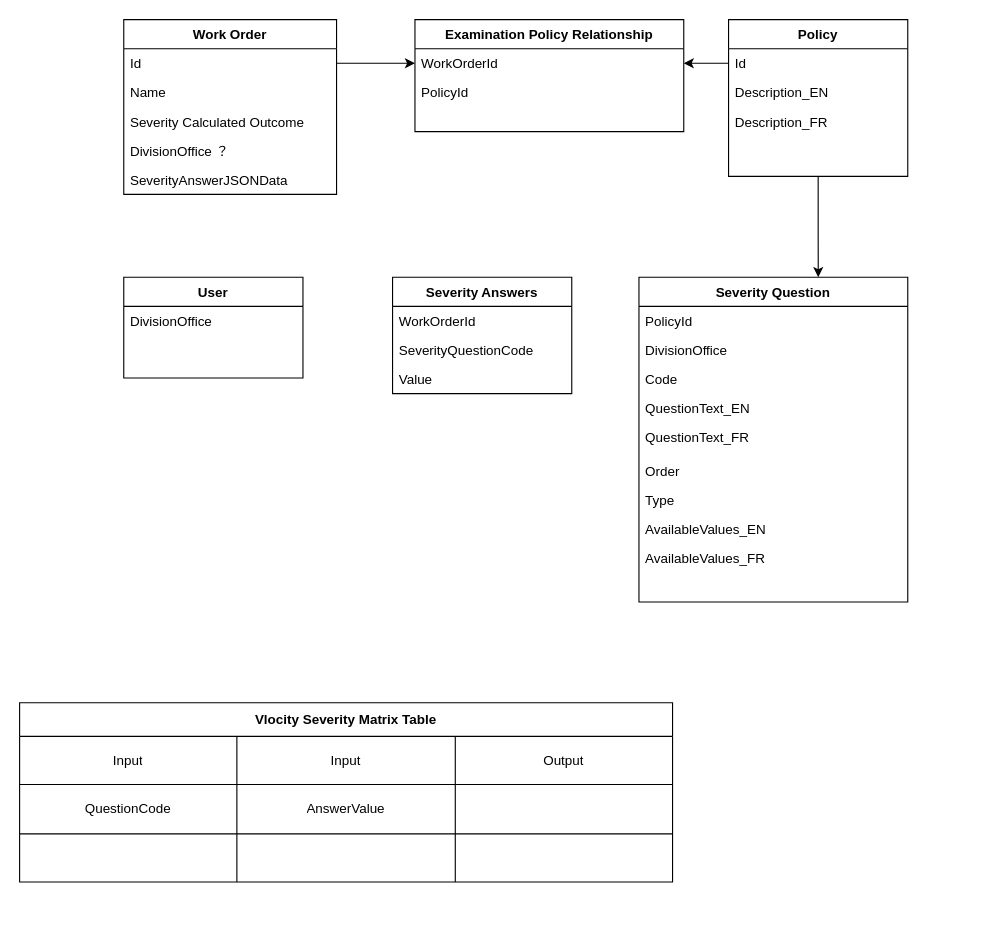
The draw.io diagram page "DataModal" (1 of 2) of _draft/severityMatrix.drawio in z2/z2.github.io, before the edit. Source tidied: cells renumbered, new cells numbered last; positions are measured from the earlier drawing's top-left corner, leaving out a move shared by most shapes. Both pictures are drawn from the tidied source at 112%, with x=0, y=0 at pixel (19, 19).
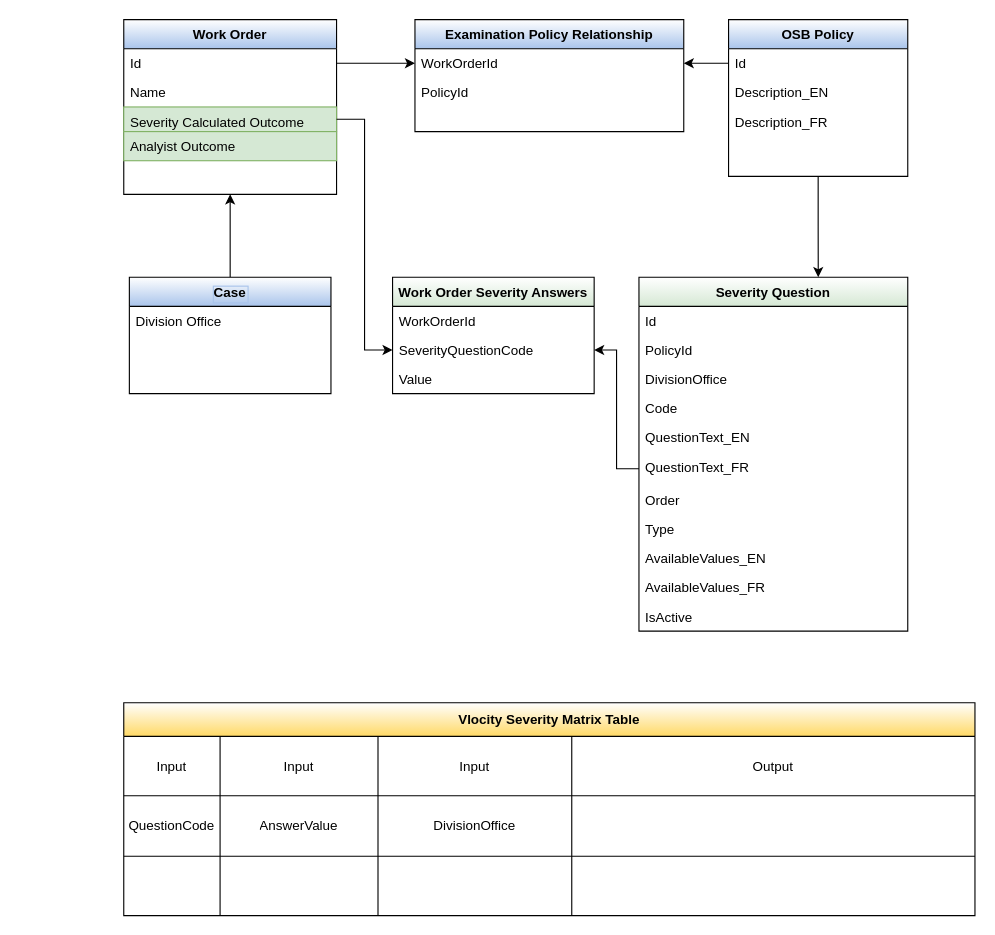
After the change.

Diff of the diagram source:
```diff
@@
-    <mxCell id="3" value="Policy" style="swimlane;fontStyle=1;align=center;verticalAlign=top;horizontal=1;startSize=26;rounded=0;shadow=0;strokeWidth=1;" parent="1" vertex="1">
+    <mxCell id="3" value="OSB Policy" style="swimlane;fontStyle=1;align=center;verticalAlign=top;horizontal=1;startSize=26;rounded=0;shadow=0;strokeWidth=1;gradientColor=#A9C4EB;" parent="1" vertex="1">
       <mxGeometry x="633" width="160" height="140" as="geometry" />
     </mxCell>
@@
-    <mxCell id="7" value="User&#10;" style="swimlane;fontStyle=1;align=center;verticalAlign=top;horizontal=1;startSize=26;rounded=0;shadow=0;strokeWidth=1;" parent="1" vertex="1">
-      <mxGeometry x="93" y="230" width="160" height="90" as="geometry" />
-    </mxCell>
-    <mxCell id="8" value="DivisionOffice" style="text;align=left;verticalAlign=top;spacingLeft=4;spacingRight=4;overflow=hidden;rounded=0;shadow=0;html=0;" parent="7" vertex="1">
-      <mxGeometry y="26" width="160" height="26" as="geometry" />
-    </mxCell>
-    <mxCell id="9" value="Severity Question" style="swimlane;fontStyle=1;align=center;verticalAlign=top;horizontal=1;startSize=26;rounded=0;shadow=0;strokeWidth=1;" parent="1" vertex="1">
-      <mxGeometry x="553" y="230" width="240" height="290" as="geometry" />
+    <mxCell id="9" value="Severity Question" style="swimlane;fontStyle=1;align=center;verticalAlign=top;horizontal=1;startSize=26;rounded=0;shadow=0;strokeWidth=1;gradientColor=#D5E8D4;" parent="1" vertex="1">
+      <mxGeometry x="553" y="230" width="240" height="316" as="geometry" />
     </mxCell>
+    <mxCell id="47" value="Id" style="text;align=left;verticalAlign=top;spacingLeft=4;spacingRight=4;overflow=hidden;" parent="9" vertex="1">
+      <mxGeometry y="26" width="240" height="26" as="geometry" />
+    </mxCell>
     <mxCell id="10" value="PolicyId" style="text;align=left;verticalAlign=top;spacingLeft=4;spacingRight=4;overflow=hidden;" parent="9" vertex="1">
-      <mxGeometry y="26" width="240" height="26" as="geometry" />
+      <mxGeometry y="52" width="240" height="26" as="geometry" />
     </mxCell>
     <mxCell id="11" value="DivisionOffice" style="text;align=left;verticalAlign=top;spacingLeft=4;spacingRight=4;overflow=hidden;" parent="9" vertex="1">
-      <mxGeometry y="52" width="240" height="26" as="geometry" />
+      <mxGeometry y="78" width="240" height="26" as="geometry" />
     </mxCell>
     <mxCell id="12" value="Code" style="text;align=left;verticalAlign=top;spacingLeft=4;spacingRight=4;overflow=hidden;" parent="9" vertex="1">
-      <mxGeometry y="78" width="240" height="26" as="geometry" />
+      <mxGeometry y="104" width="240" height="26" as="geometry" />
     </mxCell>
     <mxCell id="13" value="QuestionText_EN" style="text;align=left;verticalAlign=top;spacingLeft=4;spacingRight=4;overflow=hidden;" parent="9" vertex="1">
-      <mxGeometry y="104" width="240" height="26" as="geometry" />
+      <mxGeometry y="130" width="240" height="26" as="geometry" />
     </mxCell>
     <mxCell id="14" value="QuestionText_FR" style="text;align=left;verticalAlign=top;spacingLeft=4;spacingRight=4;overflow=hidden;points=[[0,0.5],[1,0.5]];portConstraint=eastwest;" parent="9" vertex="1">
-      <mxGeometry y="130" width="240" height="30" as="geometry" />
+      <mxGeometry y="156" width="240" height="30" as="geometry" />
     </mxCell>
     <mxCell id="15" value="Order" style="text;align=left;verticalAlign=top;spacingLeft=4;spacingRight=4;overflow=hidden;" parent="9" vertex="1">
-      <mxGeometry y="160" width="240" height="26" as="geometry" />
+      <mxGeometry y="186" width="240" height="26" as="geometry" />
     </mxCell>
     <mxCell id="16" value="Type" style="text;align=left;verticalAlign=top;spacingLeft=4;spacingRight=4;overflow=hidden;" parent="9" vertex="1">
-      <mxGeometry y="186" width="240" height="26" as="geometry" />
+      <mxGeometry y="212" width="240" height="26" as="geometry" />
     </mxCell>
     <mxCell id="17" value="AvailableValues_EN" style="text;align=left;verticalAlign=top;spacingLeft=4;spacingRight=4;overflow=hidden;" parent="9" vertex="1">
-      <mxGeometry y="212" width="240" height="26" as="geometry" />
+      <mxGeometry y="238" width="240" height="26" as="geometry" />
     </mxCell>
     <mxCell id="18" value="AvailableValues_FR" style="text;align=left;verticalAlign=top;spacingLeft=4;spacingRight=4;overflow=hidden;" parent="9" vertex="1">
-      <mxGeometry y="238" width="240" height="26" as="geometry" />
+      <mxGeometry y="264" width="240" height="26" as="geometry" />
     </mxCell>
+    <mxCell id="48" value="IsActive" style="text;align=left;verticalAlign=top;spacingLeft=4;spacingRight=4;overflow=hidden;" parent="9" vertex="1">
+      <mxGeometry y="290" width="240" height="26" as="geometry" />
+    </mxCell>
-    <mxCell id="19" value="Work Order" style="swimlane;fontStyle=1;align=center;verticalAlign=top;horizontal=1;startSize=26;rounded=0;shadow=0;strokeWidth=1;labelBackgroundColor=none;" parent="1" vertex="1">
+    <mxCell id="19" value="Work Order" style="swimlane;fontStyle=1;align=center;verticalAlign=top;horizontal=1;startSize=26;rounded=0;shadow=0;strokeWidth=1;gradientColor=#A9C4EB;" parent="1" vertex="1">
       <mxGeometry x="93" width="190" height="156" as="geometry" />
     </mxCell>
@@
-    <mxCell id="22" value="Severity Calculated Outcome" style="text;align=left;verticalAlign=top;spacingLeft=4;spacingRight=4;overflow=hidden;points=[[0,0.5],[1,0.5]];portConstraint=eastwest;rounded=0;shadow=0;html=0;" parent="19" vertex="1">
-      <mxGeometry y="78" width="190" height="26" as="geometry" />
+    <mxCell id="22" value="Severity Calculated Outcome" style="text;align=left;verticalAlign=top;spacingLeft=4;spacingRight=4;overflow=hidden;points=[[0,0.5],[1,0.5]];portConstraint=eastwest;rounded=0;shadow=0;html=0;fillColor=#d5e8d4;strokeColor=#82b366;" parent="19" vertex="1">
+      <mxGeometry y="78" width="190" height="22" as="geometry" />
     </mxCell>
-    <mxCell id="23" value="DivisionOffice ？" style="text;align=left;verticalAlign=top;spacingLeft=4;spacingRight=4;overflow=hidden;rounded=0;shadow=0;html=0;" parent="19" vertex="1">
-      <mxGeometry y="104" width="190" height="26" as="geometry" />
-    </mxCell>
-    <mxCell id="24" value="SeverityAnswerJSONData" style="text;align=left;verticalAlign=top;spacingLeft=4;spacingRight=4;overflow=hidden;rounded=0;shadow=0;html=0;" parent="19" vertex="1">
-      <mxGeometry y="130" width="190" height="26" as="geometry" />
-    </mxCell>
+    <mxCell id="49" value="Analyist Outcome" style="text;align=left;verticalAlign=top;spacingLeft=4;spacingRight=4;overflow=hidden;rounded=0;shadow=0;html=0;fillColor=#d5e8d4;strokeColor=#82b366;" parent="19" vertex="1">
+      <mxGeometry y="100" width="190" height="26" as="geometry" />
+    </mxCell>
-    <mxCell id="25" value="Examination Policy Relationship" style="swimlane;fontStyle=1;align=center;verticalAlign=top;horizontal=1;startSize=26;rounded=0;shadow=0;strokeWidth=1;" parent="1" vertex="1">
+    <mxCell id="25" value="Examination Policy Relationship" style="swimlane;fontStyle=1;align=center;verticalAlign=top;horizontal=1;startSize=26;rounded=0;shadow=0;strokeWidth=1;swimlaneFillColor=none;gradientColor=#A9C4EB;" parent="1" vertex="1">
       <mxGeometry x="353" width="240" height="100" as="geometry" />
     </mxCell>
@@
-    <mxCell id="30" value="Severity Answers" style="swimlane;fontStyle=1;align=center;verticalAlign=top;horizontal=1;startSize=26;rounded=0;shadow=0;strokeWidth=1;" parent="1" vertex="1">
-      <mxGeometry x="333" y="230" width="160" height="104" as="geometry" />
-    </mxCell>
-    <mxCell id="31" value="WorkOrderId" style="text;align=left;verticalAlign=top;spacingLeft=4;spacingRight=4;overflow=hidden;rounded=0;shadow=0;html=0;" parent="30" vertex="1">
-      <mxGeometry y="26" width="160" height="26" as="geometry" />
-    </mxCell>
-    <mxCell id="32" value="SeverityQuestionCode" style="text;align=left;verticalAlign=top;spacingLeft=4;spacingRight=4;overflow=hidden;points=[[0,0.5],[1,0.5]];portConstraint=eastwest;rounded=0;shadow=0;html=0;" parent="30" vertex="1">
-      <mxGeometry y="52" width="160" height="26" as="geometry" />
-    </mxCell>
-    <mxCell id="33" value="Value" style="text;align=left;verticalAlign=top;spacingLeft=4;spacingRight=4;overflow=hidden;rounded=0;shadow=0;html=0;" parent="30" vertex="1">
-      <mxGeometry y="78" width="160" height="26" as="geometry" />
-    </mxCell>
-    <mxCell id="34" value="Vlocity Severity Matrix Table" style="shape=table;html=1;whiteSpace=wrap;startSize=30;childLayout=tableLayout;fontStyle=1;align=center;labelBackgroundColor=none;labelBorderColor=none;" parent="1" vertex="1">
-      <mxGeometry y="610" width="583" height="160" as="geometry" />
+    <mxCell id="34" value="Vlocity Severity Matrix Table" style="shape=table;html=1;whiteSpace=wrap;startSize=30;childLayout=tableLayout;fontStyle=1;align=center;labelBackgroundColor=none;labelBorderColor=none;gradientColor=#FFD966;" parent="1" vertex="1">
+      <mxGeometry x="93" y="610" width="760" height="190" as="geometry" />
     </mxCell>
     <mxCell id="35" style="shape=partialRectangle;html=1;whiteSpace=wrap;fillColor=none;top=0;left=0;bottom=0;right=0;" parent="34" vertex="1">
-      <mxGeometry y="30" width="583" height="43" as="geometry" />
+      <mxGeometry y="30" width="760" height="53" as="geometry" />
     </mxCell>
     <mxCell id="36" value="Input" style="shape=partialRectangle;html=1;whiteSpace=wrap;fillColor=none;top=0;left=0;bottom=0;right=0;overflow=hidden;" parent="35" vertex="1">
-      <mxGeometry width="194" height="43" as="geometry" />
+      <mxGeometry width="86" height="53" as="geometry" />
     </mxCell>
     <mxCell id="37" value="Input" style="shape=partialRectangle;html=1;whiteSpace=wrap;fillColor=none;top=0;left=0;bottom=0;right=0;overflow=hidden;" parent="35" vertex="1">
-      <mxGeometry x="194" width="195" height="43" as="geometry" />
+      <mxGeometry x="86" width="141" height="53" as="geometry" />
     </mxCell>
-    <mxCell id="38" value="Output" style="shape=partialRectangle;html=1;whiteSpace=wrap;fillColor=none;top=0;left=0;bottom=0;right=0;overflow=hidden;" parent="35" vertex="1">
-      <mxGeometry x="389" width="194" height="43" as="geometry" />
+    <mxCell id="38" value="Input" style="shape=partialRectangle;html=1;whiteSpace=wrap;fillColor=none;top=0;left=0;bottom=0;right=0;overflow=hidden;" parent="35" vertex="1">
+      <mxGeometry x="227" width="173" height="53" as="geometry" />
     </mxCell>
+    <mxCell id="50" value="&lt;span&gt;Output&lt;/span&gt;" style="shape=partialRectangle;html=1;whiteSpace=wrap;fillColor=none;top=0;left=0;bottom=0;right=0;overflow=hidden;" parent="35" vertex="1">
+      <mxGeometry x="400" width="360" height="53" as="geometry" />
+    </mxCell>
     <mxCell id="39" style="shape=partialRectangle;html=1;whiteSpace=wrap;fillColor=none;top=0;left=0;bottom=0;right=0;" parent="34" vertex="1">
-      <mxGeometry y="73" width="583" height="44" as="geometry" />
+      <mxGeometry y="83" width="760" height="54" as="geometry" />
     </mxCell>
     <mxCell id="40" value="QuestionCode" style="shape=partialRectangle;html=1;whiteSpace=wrap;fillColor=none;top=0;left=0;bottom=0;right=0;overflow=hidden;" parent="39" vertex="1">
-      <mxGeometry width="194" height="44" as="geometry" />
+      <mxGeometry width="86" height="54" as="geometry" />
     </mxCell>
     <mxCell id="41" value="AnswerValue" style="shape=partialRectangle;html=1;whiteSpace=wrap;fillColor=none;top=0;left=0;bottom=0;right=0;overflow=hidden;" parent="39" vertex="1">
-      <mxGeometry x="194" width="195" height="44" as="geometry" />
+      <mxGeometry x="86" width="141" height="54" as="geometry" />
     </mxCell>
-    <mxCell id="42" value="&lt;table&gt;&lt;tbody&gt;&lt;tr&gt;&lt;td&gt;&lt;br&gt;&lt;/td&gt;&lt;td&gt;&lt;br&gt;&lt;/td&gt;&lt;td&gt;&lt;br&gt;&lt;/td&gt;&lt;td&gt;&lt;br&gt;&lt;/td&gt;&lt;td&gt;&lt;br&gt;&lt;/td&gt;&lt;/tr&gt;&lt;tr&gt;&lt;td&gt;&lt;br&gt;&lt;/td&gt;&lt;td&gt;&lt;br&gt;&lt;/td&gt;&lt;td&gt;&lt;br&gt;&lt;/td&gt;&lt;td&gt;&lt;br&gt;&lt;/td&gt;&lt;td&gt;&lt;br&gt;&lt;/td&gt;&lt;/tr&gt;&lt;tr&gt;&lt;td&gt;&lt;br&gt;&lt;/td&gt;&lt;td&gt;&lt;br&gt;&lt;/td&gt;&lt;td&gt;&lt;br&gt;&lt;/td&gt;&lt;td&gt;&lt;br&gt;&lt;/td&gt;&lt;td&gt;&lt;br&gt;&lt;/td&gt;&lt;/tr&gt;&lt;/tbody&gt;&lt;/table&gt;" style="shape=partialRectangle;html=1;whiteSpace=wrap;fillColor=none;top=0;left=0;bottom=0;right=0;overflow=hidden;" parent="39" vertex="1">
-      <mxGeometry x="389" width="194" height="44" as="geometry" />
+    <mxCell id="42" value="DivisionOffice" style="shape=partialRectangle;html=1;whiteSpace=wrap;fillColor=none;top=0;left=0;bottom=0;right=0;overflow=hidden;" parent="39" vertex="1">
+      <mxGeometry x="227" width="173" height="54" as="geometry" />
     </mxCell>
+    <mxCell id="51" style="shape=partialRectangle;html=1;whiteSpace=wrap;fillColor=none;top=0;left=0;bottom=0;right=0;overflow=hidden;" parent="39" vertex="1">
+      <mxGeometry x="400" width="360" height="54" as="geometry" />
+    </mxCell>
     <mxCell id="43" style="shape=partialRectangle;html=1;whiteSpace=wrap;fillColor=none;top=0;left=0;bottom=0;right=0;" parent="34" vertex="1">
-      <mxGeometry y="117" width="583" height="43" as="geometry" />
+      <mxGeometry y="137" width="760" height="53" as="geometry" />
     </mxCell>
     <mxCell id="44" style="shape=partialRectangle;html=1;whiteSpace=wrap;fillColor=none;top=0;left=0;bottom=0;right=0;overflow=hidden;" parent="43" vertex="1">
-      <mxGeometry width="194" height="43" as="geometry" />
+      <mxGeometry width="86" height="53" as="geometry" />
     </mxCell>
     <mxCell id="45" style="shape=partialRectangle;html=1;whiteSpace=wrap;fillColor=none;top=0;left=0;bottom=0;right=0;overflow=hidden;" parent="43" vertex="1">
-      <mxGeometry x="194" width="195" height="43" as="geometry" />
+      <mxGeometry x="86" width="141" height="53" as="geometry" />
     </mxCell>
     <mxCell id="46" style="shape=partialRectangle;html=1;whiteSpace=wrap;fillColor=none;top=0;left=0;bottom=0;right=0;overflow=hidden;" parent="43" vertex="1">
-      <mxGeometry x="389" width="194" height="43" as="geometry" />
+      <mxGeometry x="227" width="173" height="53" as="geometry" />
     </mxCell>
+    <mxCell id="52" style="shape=partialRectangle;html=1;whiteSpace=wrap;fillColor=none;top=0;left=0;bottom=0;right=0;overflow=hidden;" parent="43" vertex="1">
+      <mxGeometry x="400" width="360" height="53" as="geometry" />
+    </mxCell>
+    <mxCell id="53" value="Work Order Severity Answers" style="swimlane;fontStyle=1;align=center;verticalAlign=top;horizontal=1;startSize=26;rounded=0;shadow=0;strokeWidth=1;gradientColor=#D5E8D4;" parent="1" vertex="1">
+      <mxGeometry x="333" y="230" width="180" height="104" as="geometry" />
+    </mxCell>
+    <mxCell id="31" value="WorkOrderId" style="text;align=left;verticalAlign=top;spacingLeft=4;spacingRight=4;overflow=hidden;rounded=0;shadow=0;html=0;" parent="53" vertex="1">
+      <mxGeometry y="26" width="180" height="26" as="geometry" />
+    </mxCell>
+    <mxCell id="32" value="SeverityQuestionCode" style="text;align=left;verticalAlign=top;spacingLeft=4;spacingRight=4;overflow=hidden;points=[[0,0.5],[1,0.5]];portConstraint=eastwest;rounded=0;shadow=0;html=0;" parent="53" vertex="1">
+      <mxGeometry y="52" width="180" height="26" as="geometry" />
+    </mxCell>
+    <mxCell id="33" value="Value" style="text;align=left;verticalAlign=top;spacingLeft=4;spacingRight=4;overflow=hidden;rounded=0;shadow=0;html=0;" parent="53" vertex="1">
+      <mxGeometry y="78" width="180" height="26" as="geometry" />
+    </mxCell>
+    <mxCell id="54" style="edgeStyle=orthogonalEdgeStyle;rounded=0;jettySize=auto;html=1;entryX=1;entryY=0.5;entryDx=0;entryDy=0;" parent="1" edge="1" source="14" target="32">
+      <mxGeometry relative="1" as="geometry" />
+    </mxCell>
+    <mxCell id="55" style="edgeStyle=orthogonalEdgeStyle;rounded=0;jettySize=auto;html=1;exitX=1;exitY=0.5;exitDx=0;exitDy=0;entryX=0;entryY=0.5;entryDx=0;entryDy=0;" parent="1" edge="1" source="22" target="32">
+      <mxGeometry relative="1" as="geometry" />
+    </mxCell>
+    <mxCell id="56" style="edgeStyle=orthogonalEdgeStyle;rounded=0;jettySize=auto;html=1;entryX=0.5;entryY=1;entryDx=0;entryDy=0;" parent="1" edge="1" source="57" target="19">
+      <mxGeometry relative="1" as="geometry" />
+    </mxCell>
+    <mxCell id="57" value="Case" style="swimlane;fontStyle=1;align=center;verticalAlign=top;horizontal=1;startSize=26;rounded=0;shadow=0;strokeWidth=1;labelBorderColor=#A9C4EB;gradientColor=#A9C4EB;" parent="1" vertex="1">
+      <mxGeometry x="98" y="230" width="180" height="104" as="geometry" />
+    </mxCell>
+    <mxCell id="58" value="Division Office" style="text;align=left;verticalAlign=top;spacingLeft=4;spacingRight=4;overflow=hidden;rounded=0;shadow=0;html=0;" parent="57" vertex="1">
+      <mxGeometry y="26" width="180" height="26" as="geometry" />
+    </mxCell>
```
